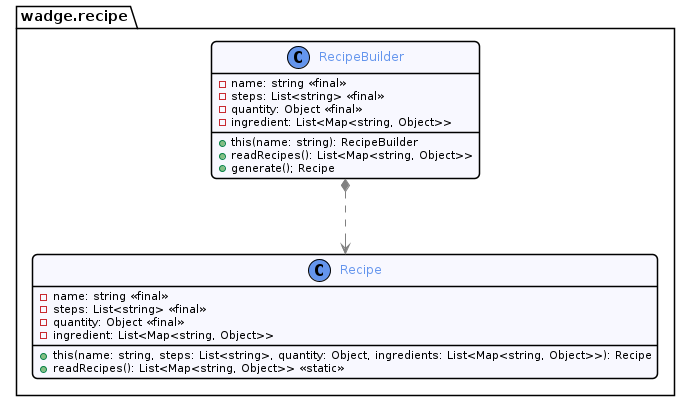
The PlantUML diagram docs/diagram/out/recipe.png in romainvacheret/wadge-backend, before a commit. Its diagram source:
```plantuml
@startuml recipe
    !include ../style/commons.style

    package wadge.recipe {

        class Recipe {
            - name: string <<final>>
            - steps: List<string> <<final>>
            - quantity: Object <<final>>
            - ingredient: List<Map<string, Object>>
            + this(name: string, steps: List<string>, quantity: Object, ingredients: List<Map<string, Object>>): Recipe
            + readRecipes(): List<Map<string, Object>> <<static>>
        }

        class RecipeBuilder {
            - name: string <<final>>
            - steps: List<string> <<final>>
            - quantity: Object <<final>>
            - ingredient: List<Map<string, Object>>
            + this(name: string): RecipeBuilder
            + readRecipes(): List<Map<string, Object>>
            + generate(); Recipe
        }
    }

    RecipeBuilder *..> Recipe

@enduml
```
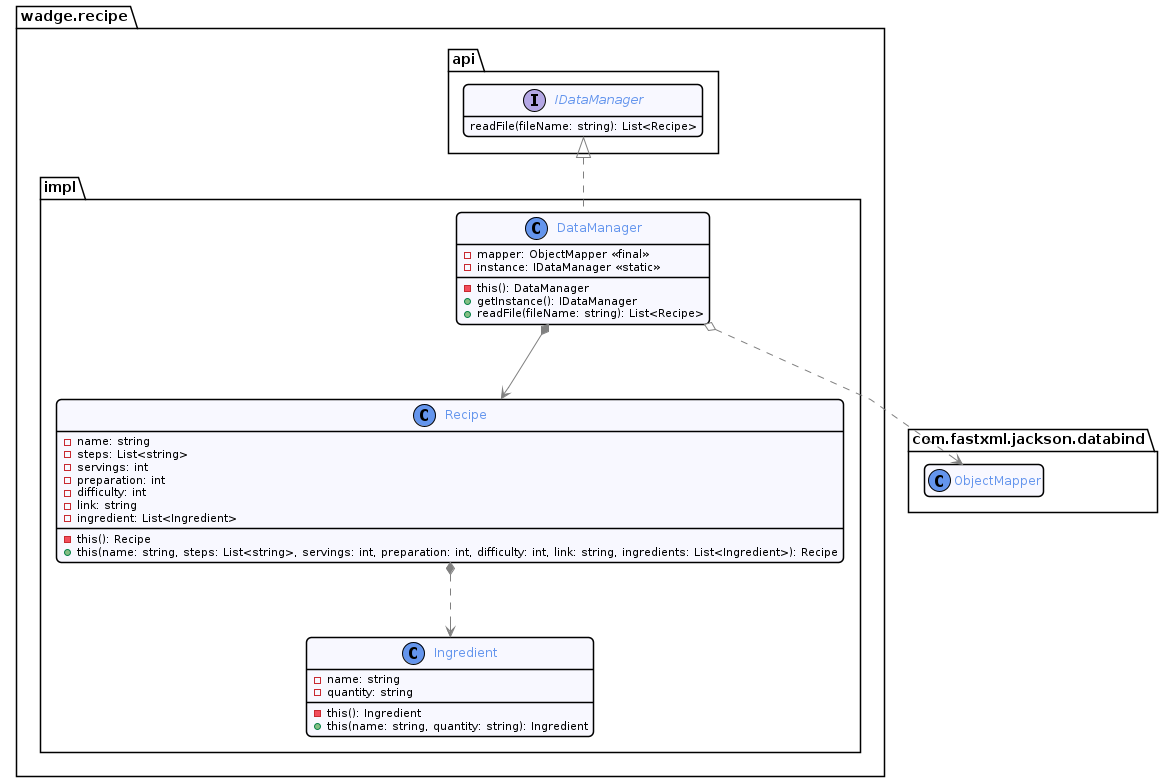
The same file after the commit.

Change to the diagram source:
```diff
@@ -1,28 +1,51 @@
 @startuml recipe
     !include ../style/commons.style
 
+    package com.fastxml.jackson.databind {
+        class ObjectMapper {}
+    }
+
     package wadge.recipe {
 
-        class Recipe {
-            - name: string <<final>>
-            - steps: List<string> <<final>>
-            - quantity: Object <<final>>
-            - ingredient: List<Map<string, Object>>
-            + this(name: string, steps: List<string>, quantity: Object, ingredients: List<Map<string, Object>>): Recipe
-            + readRecipes(): List<Map<string, Object>> <<static>>
+        package api {
+            interface IDataManager {
+                readFile(fileName: string): List<Recipe>
+            }
         }
 
-        class RecipeBuilder {
-            - name: string <<final>>
-            - steps: List<string> <<final>>
-            - quantity: Object <<final>>
-            - ingredient: List<Map<string, Object>>
-            + this(name: string): RecipeBuilder
-            + readRecipes(): List<Map<string, Object>>
-            + generate(); Recipe
+        package impl {
+            class DataManager implements IDataManager {
+                - mapper: ObjectMapper <<final>>
+                - instance: IDataManager <<static>>
+                - this(): DataManager
+                + getInstance(): IDataManager
+                + readFile(fileName: string): List<Recipe>
+            }
+
+            class Ingredient {
+                - name: string
+                - quantity: string
+                - this(): Ingredient
+                + this(name: string, quantity: string): Ingredient
+            }
+
+            class Recipe {
+                - name: string
+                - steps: List<string>
+                - servings: int
+                - preparation: int
+                - difficulty: int
+                - link: string
+                - ingredient: List<Ingredient>
+                - this(): Recipe
+                + this(name: string, steps: List<string>, servings: int, preparation: int, difficulty: int, link: string, ingredients: List<Ingredient>): Recipe
+            }
         }
     }
 
-    RecipeBuilder *..> Recipe
+    DataManager o..> ObjectMapper
+    DataManager *--> Recipe
+
+    Recipe *..> Ingredient
 
 @enduml
```
